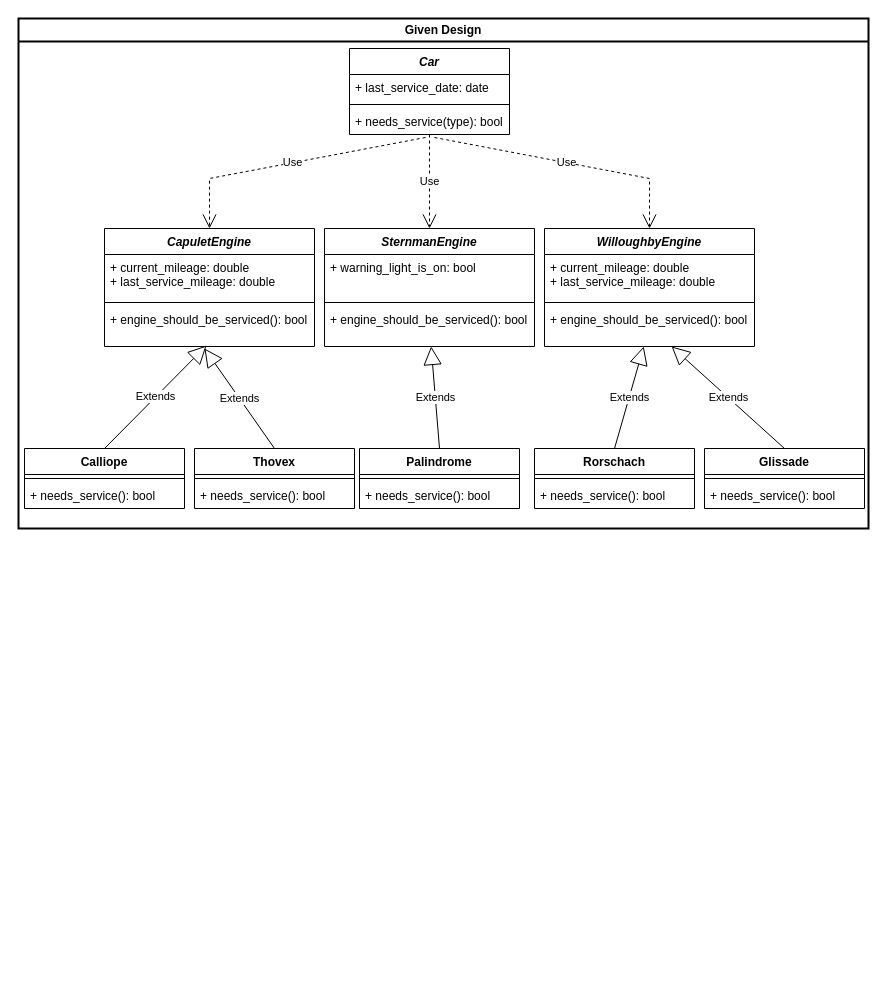
This is UML_Classes.drawio from wcouturiaux/forage-lyft-starter-repo, a draw.io file, before an edit. Source tidied: cells renumbered, new cells numbered last; positions are measured from the earlier drawing's top-left corner, leaving out a move shared by most shapes. Both pictures are drawn from the tidied source at 100%, with x=0, y=0 at pixel (18, 18).
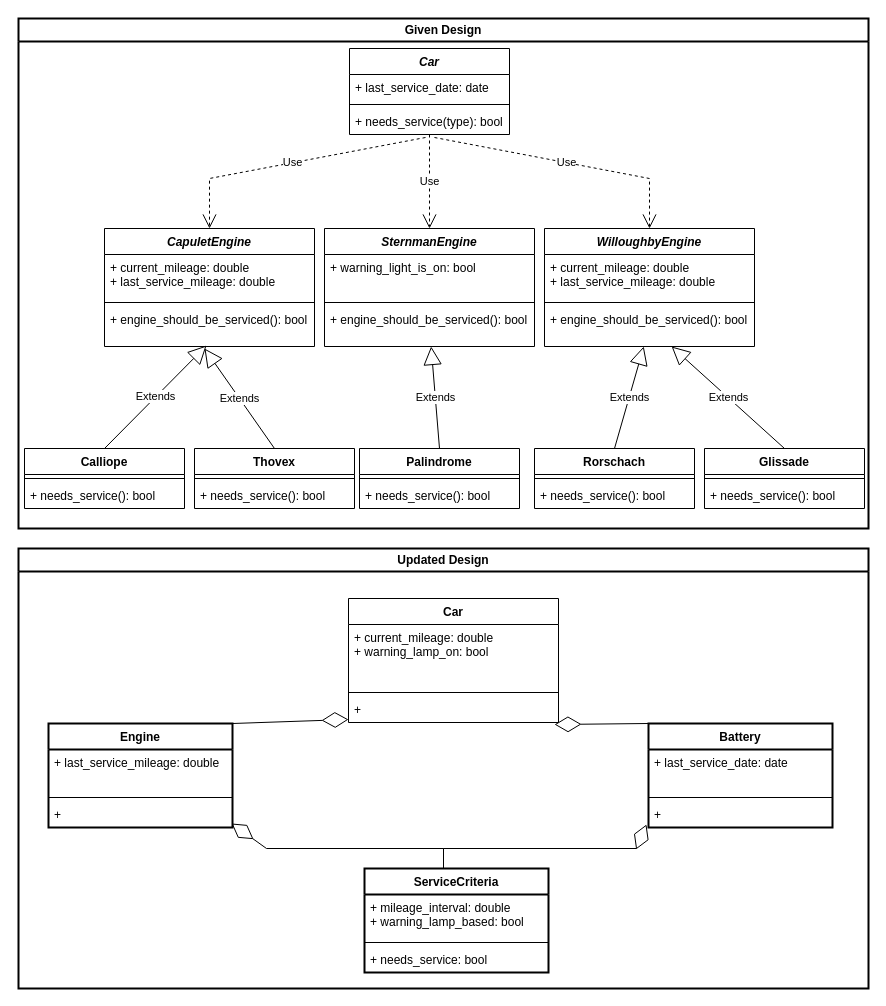
Above is the later version.

Change to the diagram source:
```diff
@@
+    <mxCell id="43" value="Updated Design" style="swimlane;whiteSpace=wrap;html=1;strokeColor=default;strokeWidth=2;" parent="1" vertex="1">
+      <mxGeometry y="530" width="850" height="440" as="geometry" />
+    </mxCell>
+    <mxCell id="44" value="Car" style="swimlane;fontStyle=1;align=center;verticalAlign=top;horizontal=1;startSize=26;" parent="43" vertex="1">
+      <mxGeometry x="330" y="50" width="210" height="124" as="geometry" />
+    </mxCell>
+    <mxCell id="45" value="+ current_mileage: double&#10;+ warning_lamp_on: bool" style="text;strokeColor=none;fillColor=none;align=left;verticalAlign=top;spacingLeft=4;spacingRight=4;overflow=hidden;" parent="44" vertex="1">
+      <mxGeometry y="26" width="210" height="64" as="geometry" />
+    </mxCell>
+    <mxCell id="46" style="line;strokeWidth=1;fillColor=none;align=left;verticalAlign=middle;spacingTop=-1;spacingLeft=3;spacingRight=3;labelPosition=right;strokeColor=inherit;" parent="44" vertex="1">
+      <mxGeometry y="90" width="210" height="8" as="geometry" />
+    </mxCell>
+    <mxCell id="47" value="+ " style="text;strokeColor=none;fillColor=none;align=left;verticalAlign=top;spacingLeft=4;spacingRight=4;overflow=hidden;points=[[0,0.5],[1,0.5]];portConstraint=eastwest;fontStyle=0;" parent="44" vertex="1">
+      <mxGeometry y="98" width="210" height="26" as="geometry" />
+    </mxCell>
+    <mxCell id="48" style="endArrow=diamondThin;endFill=0;endSize=24;html=1;rounded=0;exitX=1;exitY=0;exitDx=0;exitDy=0;entryX=0;entryY=0.885;entryDx=0;entryDy=0;entryPerimeter=0;" parent="43" edge="1" source="56" target="47">
+      <mxGeometry relative="1" as="geometry" />
+    </mxCell>
+    <mxCell id="49" style="endArrow=diamondThin;endFill=0;endSize=24;html=1;rounded=0;exitX=0;exitY=0;exitDx=0;exitDy=0;entryX=0.981;entryY=1.077;entryDx=0;entryDy=0;entryPerimeter=0;" parent="43" edge="1" source="60" target="47">
+      <mxGeometry relative="1" as="geometry" />
+    </mxCell>
+    <mxCell id="50" style="endArrow=diamondThin;endFill=0;endSize=24;html=1;rounded=0;exitX=0.5;exitY=0;exitDx=0;exitDy=0;entryX=0.995;entryY=0.846;entryDx=0;entryDy=0;entryPerimeter=0;" parent="43" edge="1" target="59">
+      <mxGeometry relative="1" as="geometry">
+        <mxPoint x="425" y="320" as="sourcePoint" />
+        <Array as="points">
+          <mxPoint x="425" y="300" />
+          <mxPoint x="248" y="300" />
+        </Array>
+      </mxGeometry>
+    </mxCell>
+    <mxCell id="51" style="endArrow=diamondThin;endFill=0;endSize=24;html=1;rounded=0;exitX=0.5;exitY=0;exitDx=0;exitDy=0;entryX=-0.011;entryY=0.885;entryDx=0;entryDy=0;entryPerimeter=0;" parent="43" edge="1" target="63">
+      <mxGeometry relative="1" as="geometry">
+        <mxPoint x="425" y="320" as="sourcePoint" />
+        <Array as="points">
+          <mxPoint x="425" y="300" />
+          <mxPoint x="618" y="300" />
+        </Array>
+      </mxGeometry>
+    </mxCell>
+    <mxCell id="52" value="ServiceCriteria" style="swimlane;fontStyle=1;align=center;verticalAlign=top;horizontal=1;startSize=26;strokeColor=default;strokeWidth=2;" parent="43" vertex="1">
+      <mxGeometry x="346" y="320" width="184" height="104" as="geometry" />
+    </mxCell>
+    <mxCell id="53" value="+ mileage_interval: double&#10;+ warning_lamp_based: bool&#10;" style="text;strokeColor=none;fillColor=none;align=left;verticalAlign=top;spacingLeft=4;spacingRight=4;overflow=hidden;strokeWidth=2;" parent="52" vertex="1">
+      <mxGeometry y="26" width="184" height="44" as="geometry" />
+    </mxCell>
+    <mxCell id="54" style="line;strokeWidth=1;fillColor=none;align=left;verticalAlign=middle;spacingTop=-1;spacingLeft=3;spacingRight=3;labelPosition=right;strokeColor=inherit;" parent="52" vertex="1">
+      <mxGeometry y="70" width="184" height="8" as="geometry" />
+    </mxCell>
+    <mxCell id="55" value="+ needs_service: bool" style="text;strokeColor=none;fillColor=none;align=left;verticalAlign=top;spacingLeft=4;spacingRight=4;overflow=hidden;strokeWidth=2;" parent="52" vertex="1">
+      <mxGeometry y="78" width="184" height="26" as="geometry" />
+    </mxCell>
+    <mxCell id="56" value="Engine" style="swimlane;fontStyle=1;align=center;verticalAlign=top;horizontal=1;startSize=26;strokeColor=default;strokeWidth=2;" parent="43" vertex="1">
+      <mxGeometry x="30" y="175" width="184" height="104" as="geometry" />
+    </mxCell>
+    <mxCell id="57" value="+ last_service_mileage: double" style="text;strokeColor=none;fillColor=none;align=left;verticalAlign=top;spacingLeft=4;spacingRight=4;overflow=hidden;strokeWidth=2;" parent="56" vertex="1">
+      <mxGeometry y="26" width="184" height="44" as="geometry" />
+    </mxCell>
+    <mxCell id="58" style="line;strokeWidth=1;fillColor=none;align=left;verticalAlign=middle;spacingTop=-1;spacingLeft=3;spacingRight=3;labelPosition=right;strokeColor=inherit;" parent="56" vertex="1">
+      <mxGeometry y="70" width="184" height="8" as="geometry" />
+    </mxCell>
+    <mxCell id="59" value="+ " style="text;strokeColor=none;fillColor=none;align=left;verticalAlign=top;spacingLeft=4;spacingRight=4;overflow=hidden;points=[[0,0.5],[1,0.5]];portConstraint=eastwest;strokeWidth=2;" parent="56" vertex="1">
+      <mxGeometry y="78" width="184" height="26" as="geometry" />
+    </mxCell>
+    <mxCell id="60" value="Battery" style="swimlane;fontStyle=1;align=center;verticalAlign=top;horizontal=1;startSize=26;strokeColor=default;strokeWidth=2;" parent="43" vertex="1">
+      <mxGeometry x="630" y="175" width="184" height="104" as="geometry" />
+    </mxCell>
+    <mxCell id="61" value="+ last_service_date: date" style="text;strokeColor=none;fillColor=none;align=left;verticalAlign=top;spacingLeft=4;spacingRight=4;overflow=hidden;strokeWidth=2;" parent="60" vertex="1">
+      <mxGeometry y="26" width="184" height="44" as="geometry" />
+    </mxCell>
+    <mxCell id="62" style="line;strokeWidth=1;fillColor=none;align=left;verticalAlign=middle;spacingTop=-1;spacingLeft=3;spacingRight=3;labelPosition=right;strokeColor=inherit;" parent="60" vertex="1">
+      <mxGeometry y="70" width="184" height="8" as="geometry" />
+    </mxCell>
+    <mxCell id="63" value="+" style="text;strokeColor=none;fillColor=none;align=left;verticalAlign=top;spacingLeft=4;spacingRight=4;overflow=hidden;points=[[0,0.5],[1,0.5]];portConstraint=eastwest;strokeWidth=2;" parent="60" vertex="1">
+      <mxGeometry y="78" width="184" height="26" as="geometry" />
+    </mxCell>
```
